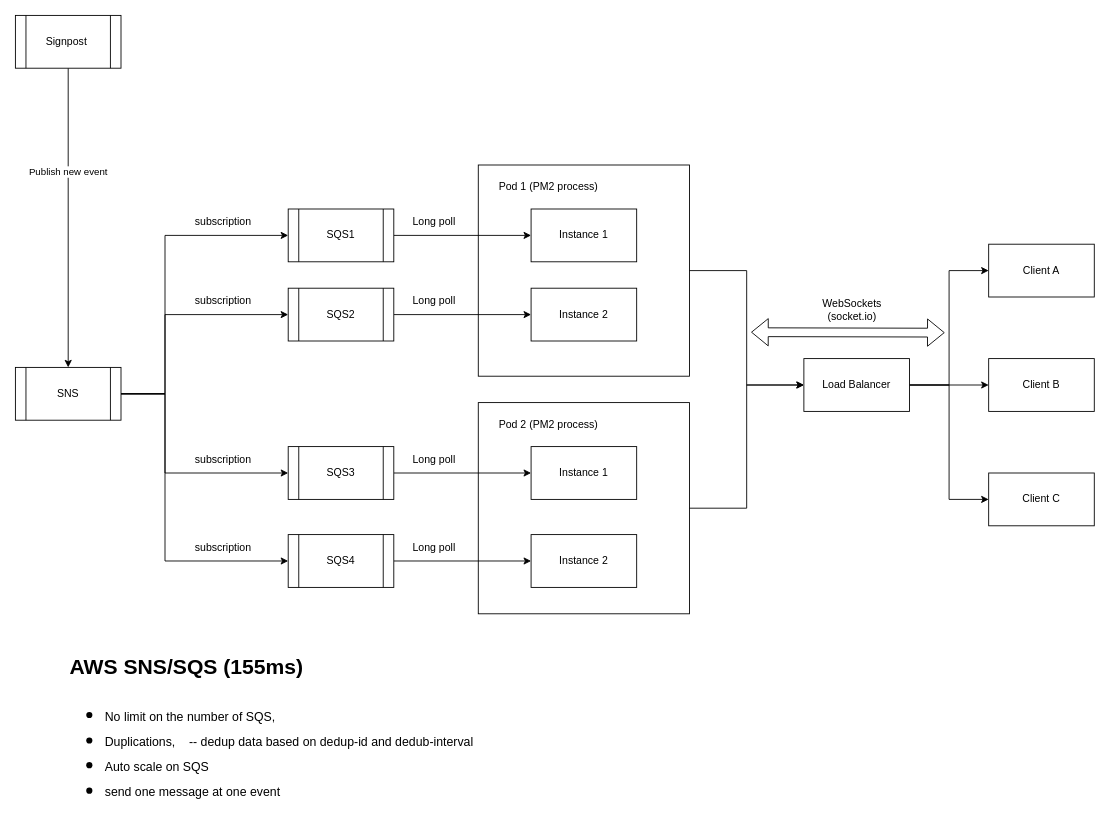
The draw.io diagram page "AWS SQS" (1 of 5) of hppd-Inbox.drawio in half-6/workflow, before the edit. Source tidied: cells renumbered, new cells numbered last; positions are measured from the earlier drawing's top-left corner, leaving out a move shared by most shapes. Both pictures are drawn from the tidied source at 88%, with x=0, y=0 at pixel (15, 15).
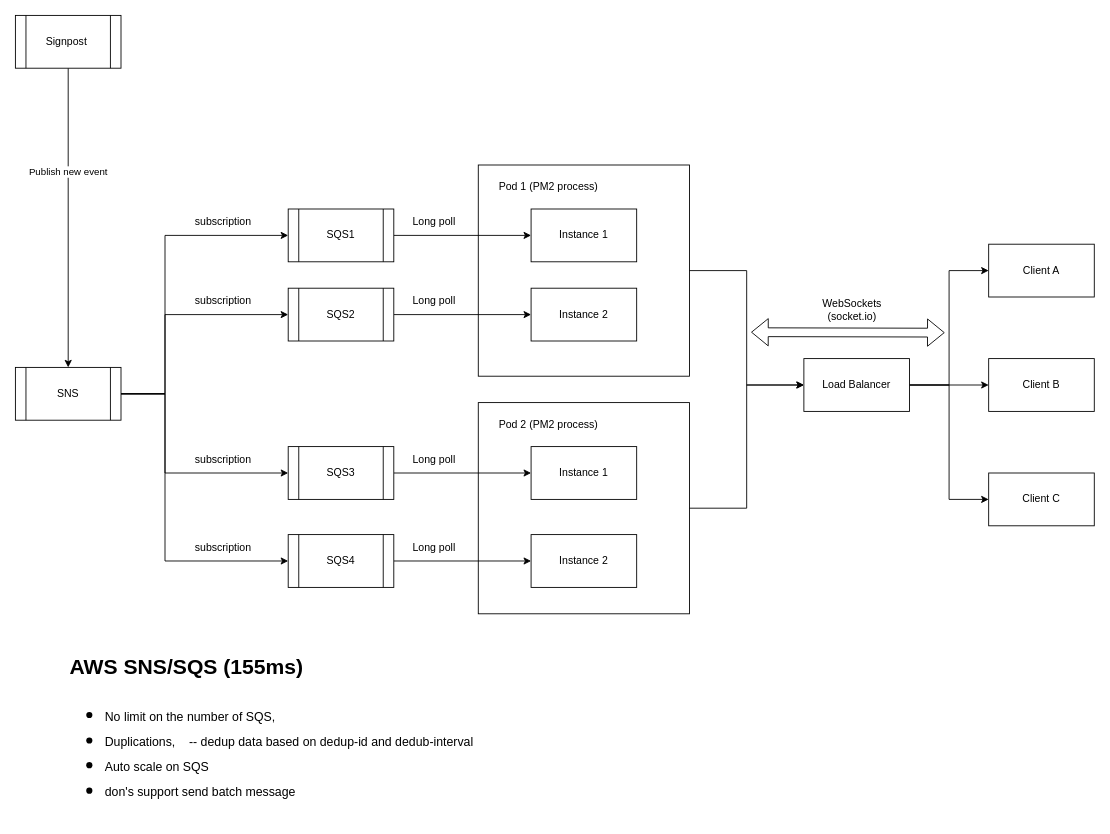
After the change.

The edit, as a diff of the source:
```diff
@@
-    <mxCell id="47" value="&lt;h1 style=&quot;margin-top: 0px;&quot;&gt;&lt;span style=&quot;background-color: initial;&quot;&gt;AWS SNS/SQS (155ms)&lt;/span&gt;&lt;/h1&gt;&lt;h1 style=&quot;margin-top: 0px;&quot;&gt;&lt;ul&gt;&lt;li&gt;&lt;span style=&quot;font-weight: 400; background-color: initial;&quot;&gt;&lt;font style=&quot;font-size: 14px;&quot;&gt;No limit on the number of SQS,&amp;nbsp;&lt;/font&gt;&lt;/span&gt;&lt;/li&gt;&lt;li&gt;&lt;span style=&quot;font-weight: 400; background-color: initial;&quot;&gt;&lt;font style=&quot;font-size: 14px;&quot;&gt;Duplications,&amp;nbsp; &amp;nbsp; -- dedup data based on dedup-id and dedub-interval&lt;/font&gt;&lt;/span&gt;&lt;/li&gt;&lt;li&gt;&lt;span style=&quot;font-weight: 400; background-color: initial;&quot;&gt;&lt;font style=&quot;font-size: 14px;&quot;&gt;Auto scale on SQS&lt;/font&gt;&lt;/span&gt;&lt;/li&gt;&lt;li&gt;&lt;span style=&quot;font-weight: 400; background-color: initial;&quot;&gt;&lt;font style=&quot;font-size: 14px;&quot;&gt;send one message at one event&lt;/font&gt;&lt;/span&gt;&lt;/li&gt;&lt;/ul&gt;&lt;/h1&gt;" style="text;html=1;whiteSpace=wrap;overflow=hidden;rounded=0;" parent="1" vertex="1">
+    <mxCell id="47" value="&lt;h1 style=&quot;margin-top: 0px;&quot;&gt;&lt;span style=&quot;background-color: initial;&quot;&gt;AWS SNS/SQS (155ms)&lt;/span&gt;&lt;/h1&gt;&lt;h1 style=&quot;margin-top: 0px;&quot;&gt;&lt;ul&gt;&lt;li&gt;&lt;span style=&quot;font-weight: 400; background-color: initial;&quot;&gt;&lt;font style=&quot;font-size: 14px;&quot;&gt;No limit on the number of SQS,&amp;nbsp;&lt;/font&gt;&lt;/span&gt;&lt;/li&gt;&lt;li&gt;&lt;span style=&quot;font-weight: 400; background-color: initial;&quot;&gt;&lt;font style=&quot;font-size: 14px;&quot;&gt;Duplications,&amp;nbsp; &amp;nbsp; -- dedup data based on dedup-id and dedub-interval&lt;/font&gt;&lt;/span&gt;&lt;/li&gt;&lt;li&gt;&lt;span style=&quot;font-weight: 400; background-color: initial;&quot;&gt;&lt;font style=&quot;font-size: 14px;&quot;&gt;Auto scale on SQS&lt;/font&gt;&lt;/span&gt;&lt;/li&gt;&lt;li&gt;&lt;span style=&quot;font-weight: 400; background-color: initial;&quot;&gt;&lt;font style=&quot;font-size: 14px;&quot;&gt;don's support send batch message&lt;/font&gt;&lt;/span&gt;&lt;/li&gt;&lt;/ul&gt;&lt;/h1&gt;" style="text;html=1;whiteSpace=wrap;overflow=hidden;rounded=0;" parent="1" vertex="1">
       <mxGeometry x="60" y="720" width="820" height="190" as="geometry" />
     </mxCell>
```
